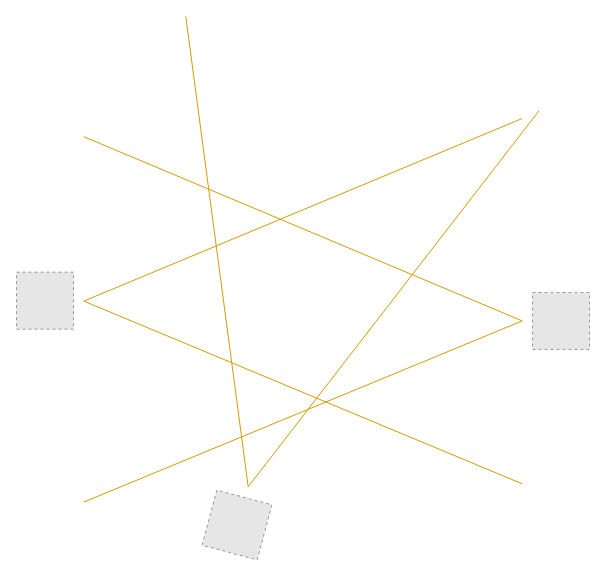
Earlier version of the draw.io diagram mid-term/LOB.drawio (thEu-suisei/draw_io). Source tidied: cells renumbered, new cells numbered last; positions are measured from the earlier drawing's top-left corner, leaving out a move shared by most shapes. Both pictures are drawn from the tidied source at 100%, with x=0, y=0 at pixel (-8, 16). Pictures stored in the file or linked from it are replaced by grey dashed boxes.
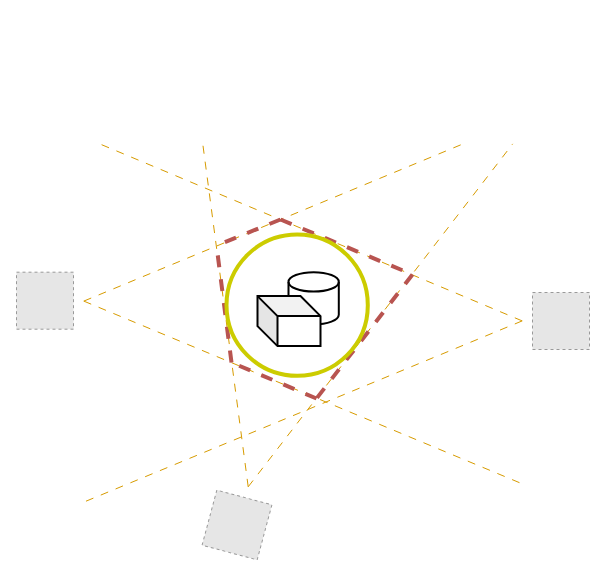
Above is the later version.

What changed in the source:
```diff
@@
-    <mxCell id="2" style="group;" parent="1" vertex="1">
-      <mxGeometry width="621" height="568.4" as="geometry" />
-    </mxCell>
-    <mxCell id="3" style="fillColor=#E6E6E6;strokeColor=#999999;dashed=1;verticalLabelPosition=bottom;labelBackgroundColor=default;verticalAlign=top;" parent="2" vertex="1">
+    <mxCell id="3" style="fillColor=#E6E6E6;strokeColor=#999999;dashed=1;verticalLabelPosition=bottom;labelBackgroundColor=default;verticalAlign=top;" parent="1" vertex="1">
       <mxGeometry x="24" y="255.7" width="57" height="57" as="geometry" />
     </mxCell>
-    <mxCell id="4" style="endArrow=none;html=1;rounded=0;strokeWidth=1;fillColor=#ffe6cc;strokeColor=#d79b00;" parent="2" edge="1">
+    <mxCell id="4" style="endArrow=none;html=1;rounded=0;strokeWidth=1;fillColor=#ffe6cc;strokeColor=#d79b00;dashed=1;dashPattern=8 8;entryX=0.722;entryY=0.003;entryDx=0;entryDy=0;entryPerimeter=0;" parent="1" edge="1">
       <mxGeometry relative="1" as="geometry">
         <mxPoint x="91.3" y="284.6" as="sourcePoint" />
-        <mxPoint x="529.7" y="102" as="targetPoint" />
+        <mxPoint x="471" y="127.2" as="targetPoint" />
       </mxGeometry>
     </mxCell>
-    <mxCell id="5" style="endArrow=none;html=1;rounded=0;strokeWidth=1;fillColor=#ffe6cc;strokeColor=#d79b00;" parent="2" edge="1">
+    <mxCell id="5" style="endArrow=none;html=1;rounded=0;strokeWidth=1;fillColor=#ffe6cc;strokeColor=#d79b00;dashed=1;dashPattern=8 8;" parent="1" edge="1">
       <mxGeometry relative="1" as="geometry">
         <mxPoint x="91.3" y="284.6" as="sourcePoint" />
         <mxPoint x="529.7" y="467.3" as="targetPoint" />
       </mxGeometry>
     </mxCell>
-    <mxCell id="6" style="fillColor=#E6E6E6;strokeColor=#999999;dashed=1;verticalLabelPosition=bottom;labelBackgroundColor=default;verticalAlign=top;rotation=-75;" parent="2" vertex="1">
+    <mxCell id="6" style="fillColor=#E6E6E6;strokeColor=#999999;dashed=1;verticalLabelPosition=bottom;labelBackgroundColor=default;verticalAlign=top;rotation=-75;" parent="1" vertex="1">
       <mxGeometry x="216" y="480" width="57" height="57" as="geometry" />
     </mxCell>
-    <mxCell id="7" style="endArrow=none;html=1;rounded=0;strokeWidth=1;fillColor=#ffe6cc;strokeColor=#d79b00;" parent="2" edge="1">
+    <mxCell id="7" style="endArrow=none;html=1;rounded=0;strokeWidth=1;fillColor=#ffe6cc;strokeColor=#d79b00;dashed=1;dashPattern=8 8;entryX=0.266;entryY=-0.001;entryDx=0;entryDy=0;entryPerimeter=0;" parent="1" edge="1">
       <mxGeometry relative="1" as="geometry">
         <mxPoint x="255.7" y="470.3" as="sourcePoint" />
-        <mxPoint x="193.3" as="targetPoint" />
+        <mxPoint x="210.2" y="126.9" as="targetPoint" />
       </mxGeometry>
     </mxCell>
-    <mxCell id="8" style="endArrow=none;html=1;rounded=0;strokeWidth=1;fillColor=#ffe6cc;strokeColor=#d79b00;" parent="2" edge="1">
+    <mxCell id="8" style="endArrow=none;html=1;rounded=0;strokeWidth=1;fillColor=#ffe6cc;strokeColor=#d79b00;dashed=1;dashPattern=8 8;entryX=0.808;entryY=0.006;entryDx=0;entryDy=0;entryPerimeter=0;" parent="1" edge="1">
       <mxGeometry relative="1" as="geometry">
         <mxPoint x="255.7" y="470.3" as="sourcePoint" />
-        <mxPoint x="546.4" y="94.4" as="targetPoint" />
+        <mxPoint x="520.2" y="127.4" as="targetPoint" />
       </mxGeometry>
     </mxCell>
-    <mxCell id="9" style="fillColor=#E6E6E6;strokeColor=#999999;dashed=1;verticalLabelPosition=bottom;labelBackgroundColor=default;verticalAlign=top;rotation=-180;" parent="2" vertex="1">
+    <mxCell id="9" style="fillColor=#E6E6E6;strokeColor=#999999;dashed=1;verticalLabelPosition=bottom;labelBackgroundColor=default;verticalAlign=top;rotation=-180;" parent="1" vertex="1">
       <mxGeometry x="540" y="276" width="57" height="57" as="geometry" />
     </mxCell>
-    <mxCell id="10" style="endArrow=none;html=1;rounded=0;strokeWidth=1;fillColor=#ffe6cc;strokeColor=#d79b00;" parent="2" edge="1">
+    <mxCell id="10" style="endArrow=none;html=1;rounded=0;strokeWidth=1;fillColor=#ffe6cc;strokeColor=#d79b00;dashed=1;dashPattern=8 8;" parent="1" edge="1">
       <mxGeometry relative="1" as="geometry">
         <mxPoint x="529.7" y="304.4" as="sourcePoint" />
         <mxPoint x="91.3" y="485.6" as="targetPoint" />
       </mxGeometry>
     </mxCell>
-    <mxCell id="11" style="endArrow=none;html=1;rounded=0;strokeWidth=1;fillColor=#ffe6cc;strokeColor=#d79b00;" parent="2" edge="1">
+    <mxCell id="11" style="endArrow=none;html=1;rounded=0;strokeWidth=1;fillColor=#ffe6cc;strokeColor=#d79b00;dashed=1;dashPattern=8 8;entryX=0.089;entryY=0.018;entryDx=0;entryDy=0;entryPerimeter=0;" parent="1" edge="1">
       <mxGeometry relative="1" as="geometry">
         <mxPoint x="529.7" y="304.4" as="sourcePoint" />
-        <mxPoint x="91.3" y="120.2" as="targetPoint" />
+        <mxPoint x="108.9" y="128.1" as="targetPoint" />
       </mxGeometry>
     </mxCell>
+    <mxCell id="12" style="endArrow=none;html=1;rounded=0;fillColor=#f8cecc;strokeColor=#b85450;strokeWidth=4;jumpStyle=none;dashed=1;" parent="1" edge="1">
+      <mxGeometry relative="1" as="geometry">
+        <mxPoint x="239" y="346" as="sourcePoint" />
+        <mxPoint x="224" y="229" as="targetPoint" />
+      </mxGeometry>
+    </mxCell>
+    <mxCell id="13" style="endArrow=none;html=1;rounded=0;fillColor=#f8cecc;strokeColor=#b85450;strokeWidth=4;jumpStyle=none;dashed=1;" parent="1" edge="1">
+      <mxGeometry relative="1" as="geometry">
+        <mxPoint x="324" y="382" as="sourcePoint" />
+        <mxPoint x="239" y="346" as="targetPoint" />
+      </mxGeometry>
+    </mxCell>
+    <mxCell id="14" style="endArrow=none;html=1;rounded=0;fillColor=#f8cecc;strokeColor=#b85450;strokeWidth=4;jumpStyle=none;dashed=1;" parent="1" edge="1">
+      <mxGeometry relative="1" as="geometry">
+        <mxPoint x="420" y="258" as="sourcePoint" />
+        <mxPoint x="324" y="382" as="targetPoint" />
+      </mxGeometry>
+    </mxCell>
+    <mxCell id="15" style="endArrow=none;html=1;rounded=0;fillColor=#f8cecc;strokeColor=#b85450;strokeWidth=4;jumpStyle=none;dashed=1;" parent="1" edge="1">
+      <mxGeometry relative="1" as="geometry">
+        <mxPoint x="288" y="203" as="sourcePoint" />
+        <mxPoint x="224" y="229" as="targetPoint" />
+      </mxGeometry>
+    </mxCell>
+    <mxCell id="16" style="endArrow=none;html=1;rounded=0;fillColor=#f8cecc;strokeColor=#b85450;strokeWidth=4;jumpStyle=none;dashed=1;" parent="1" edge="1">
+      <mxGeometry relative="1" as="geometry">
+        <mxPoint x="288" y="203" as="sourcePoint" />
+        <mxPoint x="420" y="258" as="targetPoint" />
+      </mxGeometry>
+    </mxCell>
+    <mxCell id="17" style="ellipse;whiteSpace=wrap;html=1;fillColor=none;strokeColor=#CCCC00;strokeWidth=4;" parent="1" vertex="1">
+      <mxGeometry x="234" y="218" width="141.3" height="141.3" as="geometry" />
+    </mxCell>
+    <mxCell id="18" style="group;shadow=1;" parent="1" vertex="1">
+      <mxGeometry x="265" y="255.7" width="81.3" height="73.9" as="geometry" />
+    </mxCell>
+    <mxCell id="19" style="shape=cylinder3;whiteSpace=wrap;html=1;boundedLbl=1;backgroundOutline=1;size=9.70001220703125;strokeWidth=2;" parent="18" vertex="1">
+      <mxGeometry x="31" width="50.3" height="52.2" as="geometry" />
+    </mxCell>
+    <mxCell id="20" style="shape=cube;whiteSpace=wrap;html=1;boundedLbl=1;backgroundOutline=1;darkOpacity=0.05;darkOpacity2=0.1;strokeWidth=2;" parent="18" vertex="1">
+      <mxGeometry y="23.9" width="63" height="50" as="geometry" />
+    </mxCell>
```
